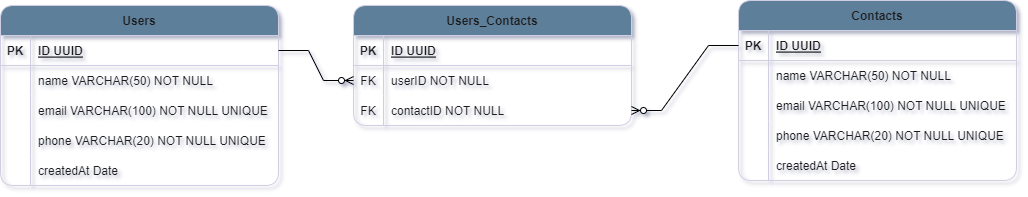
Above: Contact-Book-diagram.png in henriquejesus128/Contact-Book-API (draw.io), before the change. Source tidied: cells renumbered, new cells last; positions are measured from the earlier drawing's top-left corner, leaving out a move shared by most shapes.
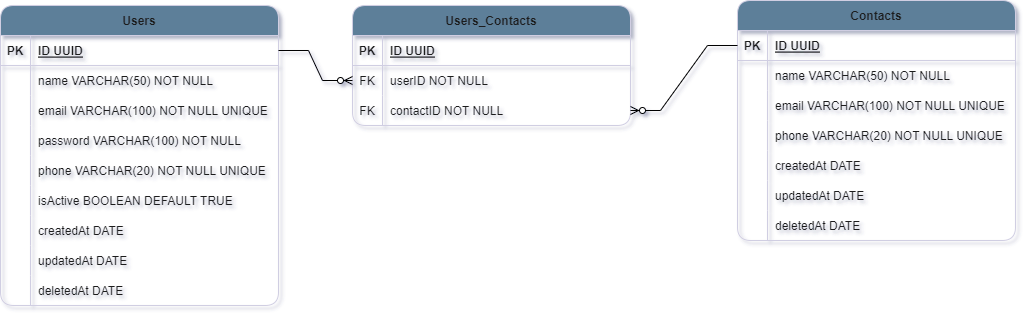
After the commit.

Diff of the diagram source:
```diff
@@ -3,7 +3,7 @@
     <mxCell id="0" />
     <mxCell id="1" parent="0" />
     <mxCell id="2" value="Users" style="shape=table;startSize=30;rowLines=0;fontStyle=1;align=center;labelBackgroundColor=none;fillColor=#5D7F99;strokeColor=#D0CEE2;fontColor=#1A1A1A;rounded=1;" parent="1" vertex="1">
-      <mxGeometry y="5" width="278" height="180" as="geometry" />
+      <mxGeometry x="1" y="5" width="278" height="300" as="geometry" />
     </mxCell>
     <mxCell id="3" style="shape=partialRectangle;fillColor=none;points=[[0,0.5],[1,0.5]];portConstraint=eastwest;top=0;left=0;right=0;bottom=1;labelBackgroundColor=none;strokeColor=#D0CEE2;fontColor=#1A1A1A;rounded=1;" parent="2" vertex="1">
       <mxGeometry y="30" width="278" height="30" as="geometry" />
@@ -32,8 +32,17 @@
     <mxCell id="11" value="email VARCHAR(100) NOT NULL UNIQUE" style="shape=partialRectangle;overflow=hidden;fillColor=none;top=0;left=0;bottom=0;right=0;align=left;spacingLeft=6;labelBackgroundColor=none;strokeColor=#D0CEE2;fontColor=#1A1A1A;rounded=1;" parent="9" vertex="1">
       <mxGeometry x="30" width="248" height="30" as="geometry" />
     </mxCell>
+    <mxCell id="46" style="shape=partialRectangle;fillColor=none;top=0;left=0;right=0;bottom=0;labelBackgroundColor=none;strokeColor=#D0CEE2;fontColor=#1A1A1A;rounded=1;" parent="2" vertex="1">
+      <mxGeometry y="120" width="278" height="30" as="geometry" />
+    </mxCell>
+    <mxCell id="47" style="shape=partialRectangle;overflow=hidden;fillColor=none;top=0;left=0;bottom=0;right=0;labelBackgroundColor=none;strokeColor=#D0CEE2;fontColor=#1A1A1A;rounded=1;" parent="46" vertex="1">
+      <mxGeometry width="30" height="30" as="geometry" />
+    </mxCell>
+    <mxCell id="48" value="password VARCHAR(100) NOT NULL" style="shape=partialRectangle;overflow=hidden;fillColor=none;top=0;left=0;bottom=0;right=0;align=left;spacingLeft=6;labelBackgroundColor=none;strokeColor=#D0CEE2;fontColor=#1A1A1A;rounded=1;" parent="46" vertex="1">
+      <mxGeometry x="30" width="248" height="30" as="geometry" />
+    </mxCell>
     <mxCell id="12" style="shape=partialRectangle;fillColor=none;top=0;left=0;right=0;bottom=0;labelBackgroundColor=none;strokeColor=#D0CEE2;fontColor=#1A1A1A;rounded=1;" parent="2" vertex="1">
-      <mxGeometry y="120" width="278" height="30" as="geometry" />
+      <mxGeometry y="150" width="278" height="30" as="geometry" />
     </mxCell>
     <mxCell id="13" style="shape=partialRectangle;overflow=hidden;fillColor=none;top=0;left=0;bottom=0;right=0;labelBackgroundColor=none;strokeColor=#D0CEE2;fontColor=#1A1A1A;rounded=1;" parent="12" vertex="1">
       <mxGeometry width="30" height="30" as="geometry" />
@@ -41,17 +50,44 @@
     <mxCell id="14" value="phone VARCHAR(20) NOT NULL UNIQUE" style="shape=partialRectangle;overflow=hidden;fillColor=none;top=0;left=0;bottom=0;right=0;align=left;spacingLeft=6;labelBackgroundColor=none;strokeColor=#D0CEE2;fontColor=#1A1A1A;rounded=1;" parent="12" vertex="1">
       <mxGeometry x="30" width="248" height="30" as="geometry" />
     </mxCell>
+    <mxCell id="49" style="shape=partialRectangle;fillColor=none;top=0;left=0;right=0;bottom=0;labelBackgroundColor=none;strokeColor=#D0CEE2;fontColor=#1A1A1A;rounded=1;" parent="2" vertex="1">
+      <mxGeometry y="180" width="278" height="30" as="geometry" />
+    </mxCell>
+    <mxCell id="50" style="shape=partialRectangle;overflow=hidden;fillColor=none;top=0;left=0;bottom=0;right=0;labelBackgroundColor=none;strokeColor=#D0CEE2;fontColor=#1A1A1A;rounded=1;" parent="49" vertex="1">
+      <mxGeometry width="30" height="30" as="geometry" />
+    </mxCell>
+    <mxCell id="51" value="isActive BOOLEAN DEFAULT TRUE" style="shape=partialRectangle;overflow=hidden;fillColor=none;top=0;left=0;bottom=0;right=0;align=left;spacingLeft=6;labelBackgroundColor=none;strokeColor=#D0CEE2;fontColor=#1A1A1A;rounded=1;" parent="49" vertex="1">
+      <mxGeometry x="30" width="248" height="30" as="geometry" />
+    </mxCell>
     <mxCell id="15" style="shape=partialRectangle;fillColor=none;top=0;left=0;right=0;bottom=0;labelBackgroundColor=none;strokeColor=#D0CEE2;fontColor=#1A1A1A;rounded=1;" parent="2" vertex="1">
-      <mxGeometry y="150" width="278" height="30" as="geometry" />
+      <mxGeometry y="210" width="278" height="30" as="geometry" />
     </mxCell>
     <mxCell id="16" style="shape=partialRectangle;overflow=hidden;fillColor=none;top=0;left=0;bottom=0;right=0;labelBackgroundColor=none;strokeColor=#D0CEE2;fontColor=#1A1A1A;rounded=1;" parent="15" vertex="1">
       <mxGeometry width="30" height="30" as="geometry" />
     </mxCell>
-    <mxCell id="17" value="createdAt Date" style="shape=partialRectangle;overflow=hidden;fillColor=none;top=0;left=0;bottom=0;right=0;align=left;spacingLeft=6;labelBackgroundColor=none;strokeColor=#D0CEE2;fontColor=#1A1A1A;rounded=1;" parent="15" vertex="1">
+    <mxCell id="17" value="createdAt DATE" style="shape=partialRectangle;overflow=hidden;fillColor=none;top=0;left=0;bottom=0;right=0;align=left;spacingLeft=6;labelBackgroundColor=none;strokeColor=#D0CEE2;fontColor=#1A1A1A;rounded=1;" parent="15" vertex="1">
       <mxGeometry x="30" width="248" height="30" as="geometry" />
     </mxCell>
+    <mxCell id="52" style="shape=partialRectangle;fillColor=none;top=0;left=0;right=0;bottom=0;labelBackgroundColor=none;strokeColor=#D0CEE2;fontColor=#1A1A1A;rounded=1;" parent="2" vertex="1">
+      <mxGeometry y="240" width="278" height="30" as="geometry" />
+    </mxCell>
+    <mxCell id="53" style="shape=partialRectangle;overflow=hidden;fillColor=none;top=0;left=0;bottom=0;right=0;labelBackgroundColor=none;strokeColor=#D0CEE2;fontColor=#1A1A1A;rounded=1;" parent="52" vertex="1">
+      <mxGeometry width="30" height="30" as="geometry" />
+    </mxCell>
+    <mxCell id="54" value="updatedAt DATE" style="shape=partialRectangle;overflow=hidden;fillColor=none;top=0;left=0;bottom=0;right=0;align=left;spacingLeft=6;labelBackgroundColor=none;strokeColor=#D0CEE2;fontColor=#1A1A1A;rounded=1;" parent="52" vertex="1">
+      <mxGeometry x="30" width="248" height="30" as="geometry" />
+    </mxCell>
+    <mxCell id="55" style="shape=partialRectangle;fillColor=none;top=0;left=0;right=0;bottom=0;labelBackgroundColor=none;strokeColor=#D0CEE2;fontColor=#1A1A1A;rounded=1;" parent="2" vertex="1">
+      <mxGeometry y="270" width="278" height="30" as="geometry" />
+    </mxCell>
+    <mxCell id="56" style="shape=partialRectangle;overflow=hidden;fillColor=none;top=0;left=0;bottom=0;right=0;labelBackgroundColor=none;strokeColor=#D0CEE2;fontColor=#1A1A1A;rounded=1;" parent="55" vertex="1">
+      <mxGeometry width="30" height="30" as="geometry" />
+    </mxCell>
+    <mxCell id="57" value="deletedAt DATE" style="shape=partialRectangle;overflow=hidden;fillColor=none;top=0;left=0;bottom=0;right=0;align=left;spacingLeft=6;labelBackgroundColor=none;strokeColor=#D0CEE2;fontColor=#1A1A1A;rounded=1;" parent="55" vertex="1">
+      <mxGeometry x="30" width="248" height="30" as="geometry" />
+    </mxCell>
     <mxCell id="18" value="Contacts" style="shape=table;startSize=30;rowLines=0;fontStyle=1;align=center;labelBackgroundColor=none;fillColor=#5D7F99;strokeColor=#D0CEE2;fontColor=#1A1A1A;rounded=1;" parent="1" vertex="1">
-      <mxGeometry x="738" width="278" height="180" as="geometry" />
+      <mxGeometry x="738" width="278" height="240" as="geometry" />
     </mxCell>
     <mxCell id="19" style="shape=partialRectangle;fillColor=none;points=[[0,0.5],[1,0.5]];portConstraint=eastwest;top=0;left=0;right=0;bottom=1;labelBackgroundColor=none;strokeColor=#D0CEE2;fontColor=#1A1A1A;rounded=1;" parent="18" vertex="1">
       <mxGeometry y="30" width="278" height="30" as="geometry" />
@@ -95,9 +131,27 @@
     <mxCell id="32" style="shape=partialRectangle;overflow=hidden;fillColor=none;top=0;left=0;bottom=0;right=0;labelBackgroundColor=none;strokeColor=#D0CEE2;fontColor=#1A1A1A;rounded=1;" parent="31" vertex="1">
       <mxGeometry width="30" height="30" as="geometry" />
     </mxCell>
-    <mxCell id="33" value="createdAt Date" style="shape=partialRectangle;overflow=hidden;fillColor=none;top=0;left=0;bottom=0;right=0;align=left;spacingLeft=6;labelBackgroundColor=none;strokeColor=#D0CEE2;fontColor=#1A1A1A;rounded=1;" parent="31" vertex="1">
+    <mxCell id="33" value="createdAt DATE" style="shape=partialRectangle;overflow=hidden;fillColor=none;top=0;left=0;bottom=0;right=0;align=left;spacingLeft=6;labelBackgroundColor=none;strokeColor=#D0CEE2;fontColor=#1A1A1A;rounded=1;" parent="31" vertex="1">
       <mxGeometry x="30" width="248" height="30" as="geometry" />
     </mxCell>
+    <mxCell id="58" style="shape=partialRectangle;fillColor=none;top=0;left=0;right=0;bottom=0;labelBackgroundColor=none;strokeColor=#D0CEE2;fontColor=#1A1A1A;rounded=1;" parent="18" vertex="1">
+      <mxGeometry y="180" width="278" height="30" as="geometry" />
+    </mxCell>
+    <mxCell id="59" style="shape=partialRectangle;overflow=hidden;fillColor=none;top=0;left=0;bottom=0;right=0;labelBackgroundColor=none;strokeColor=#D0CEE2;fontColor=#1A1A1A;rounded=1;" parent="58" vertex="1">
+      <mxGeometry width="30" height="30" as="geometry" />
+    </mxCell>
+    <mxCell id="60" value="updatedAt DATE" style="shape=partialRectangle;overflow=hidden;fillColor=none;top=0;left=0;bottom=0;right=0;align=left;spacingLeft=6;labelBackgroundColor=none;strokeColor=#D0CEE2;fontColor=#1A1A1A;rounded=1;" parent="58" vertex="1">
+      <mxGeometry x="30" width="248" height="30" as="geometry" />
+    </mxCell>
+    <mxCell id="61" style="shape=partialRectangle;fillColor=none;top=0;left=0;right=0;bottom=0;labelBackgroundColor=none;strokeColor=#D0CEE2;fontColor=#1A1A1A;rounded=1;" parent="18" vertex="1">
+      <mxGeometry y="210" width="278" height="30" as="geometry" />
+    </mxCell>
+    <mxCell id="62" style="shape=partialRectangle;overflow=hidden;fillColor=none;top=0;left=0;bottom=0;right=0;labelBackgroundColor=none;strokeColor=#D0CEE2;fontColor=#1A1A1A;rounded=1;" parent="61" vertex="1">
+      <mxGeometry width="30" height="30" as="geometry" />
+    </mxCell>
+    <mxCell id="63" value="deletedAt DATE" style="shape=partialRectangle;overflow=hidden;fillColor=none;top=0;left=0;bottom=0;right=0;align=left;spacingLeft=6;labelBackgroundColor=none;strokeColor=#D0CEE2;fontColor=#1A1A1A;rounded=1;" parent="61" vertex="1">
+      <mxGeometry x="30" width="248" height="30" as="geometry" />
+    </mxCell>
     <mxCell id="34" value="Users_Contacts" style="shape=table;startSize=30;rowLines=0;fontStyle=1;align=center;labelBackgroundColor=none;fillColor=#5D7F99;strokeColor=#D0CEE2;fontColor=#1A1A1A;rounded=1;" parent="1" vertex="1">
       <mxGeometry x="353" y="5" width="278" height="120" as="geometry" />
     </mxCell>
```
